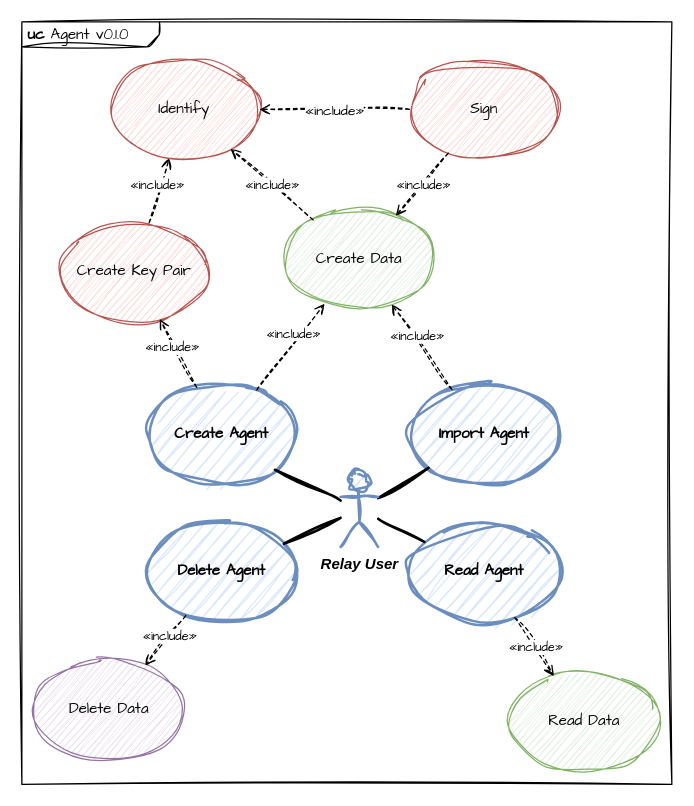
Earlier version of the draw.io diagram page "uc-agent" (2 of 24) of doc/basic-actions.drawio (dhbmarcos/data-relay). Source tidied: cells renumbered, new cells numbered last; positions are measured from the earlier drawing's top-left corner, leaving out a move shared by most shapes. Both pictures are drawn from the tidied source at 125%, with x=0, y=0 at pixel (21, 21).
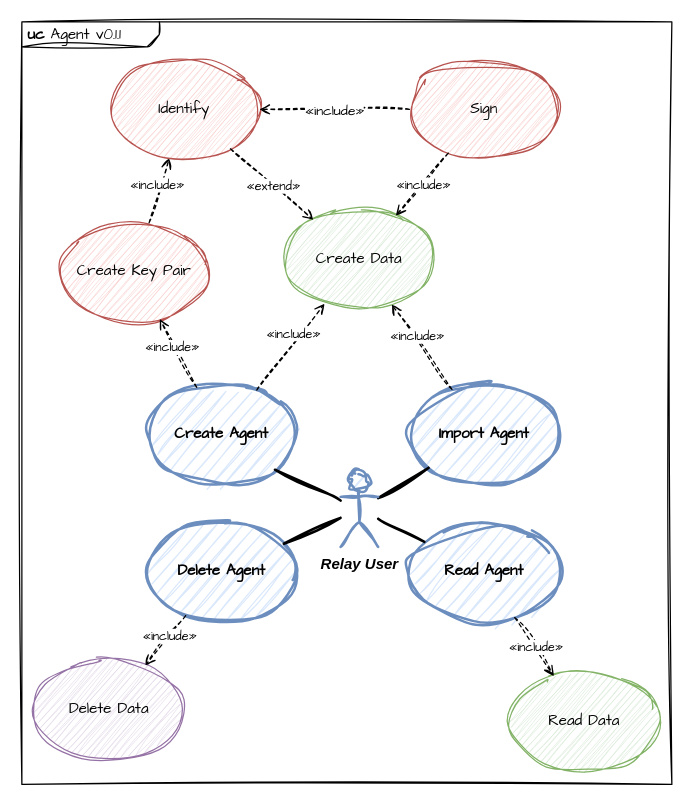
Above is the later version.

Unchanged cells that the change refers to:
```xml
<mxCell id="4" value="Create Data" style="ellipse;whiteSpace=wrap;html=1;strokeWidth=1;labelBackgroundColor=none;fillColor=#d5e8d4;strokeColor=#82b366;fontFamily=Comic Sans MS;sketch=1;curveFitting=1;jiggle=2;comic=1;shadow=0;" parent="1" vertex="1">
  <mxGeometry x="210" y="150" width="120" height="80" as="geometry" />
</mxCell>
<mxCell id="21" value="Identify" style="ellipse;whiteSpace=wrap;html=1;strokeWidth=1;labelBackgroundColor=none;fillColor=#f8cecc;strokeColor=#b85450;fontFamily=Comic Sans MS;sketch=1;curveFitting=1;jiggle=2;comic=1;shadow=0;" parent="1" vertex="1">
  <mxGeometry x="70" y="30" width="120" height="80" as="geometry" />
</mxCell>
```

The edit, as a diff of the source:
```diff
@@
-    <mxCell id="2" value="&lt;p style=&quot;margin:0px;margin-top:4px;margin-left:5px;text-align:left;&quot;&gt;&lt;b&gt;uc&lt;/b&gt;&amp;nbsp;Agent v0.1.0&lt;/p&gt;" style="html=1;shape=mxgraph.sysml.package;overflow=fill;labelX=110;align=left;spacingLeft=5;verticalAlign=top;spacingTop=-3;labelBackgroundColor=none;fontFamily=Comic Sans MS;sketch=1;curveFitting=1;jiggle=2;comic=1;fillColor=none;shadow=0;" parent="1" vertex="1">
+    <mxCell id="2" value="&lt;p style=&quot;margin:0px;margin-top:4px;margin-left:5px;text-align:left;&quot;&gt;&lt;b&gt;uc&lt;/b&gt;&amp;nbsp;Agent v0.1.1&lt;/p&gt;" style="html=1;shape=mxgraph.sysml.package;overflow=fill;labelX=110;align=left;spacingLeft=5;verticalAlign=top;spacingTop=-3;labelBackgroundColor=none;fontFamily=Comic Sans MS;sketch=1;curveFitting=1;jiggle=2;comic=1;fillColor=none;shadow=0;" parent="1" vertex="1">
       <mxGeometry width="520" height="610" as="geometry" />
     </mxCell>
@@
-    <mxCell id="22" style="rounded=0;jettySize=auto;html=1;dashed=1;endArrow=open;endFill=0;fontFamily=Comic Sans MS;sketch=1;curveFitting=1;jiggle=2;" parent="1" edge="1" source="4" target="21">
+    <mxCell id="22" style="rounded=0;jettySize=auto;html=1;dashed=1;endArrow=open;endFill=0;fontFamily=Comic Sans MS;sketch=1;curveFitting=1;jiggle=2;" parent="1" edge="1" source="21" target="4">
       <mxGeometry relative="1" as="geometry" />
     </mxCell>
-    <mxCell id="23" value="«include»" style="edgeLabel;html=1;align=center;verticalAlign=middle;fontFamily=Comic Sans MS;fontSize=10;" parent="22" vertex="1">
+    <mxCell id="23" value="«extend»" style="edgeLabel;html=1;align=center;verticalAlign=middle;fontFamily=Comic Sans MS;fontSize=10;" parent="22" vertex="1">
       <mxGeometry x="0.21" relative="1" as="geometry">
-        <mxPoint x="7" y="6" as="offset" />
+        <mxPoint x="-7" y="-6" as="offset" />
       </mxGeometry>
     </mxCell>
```
